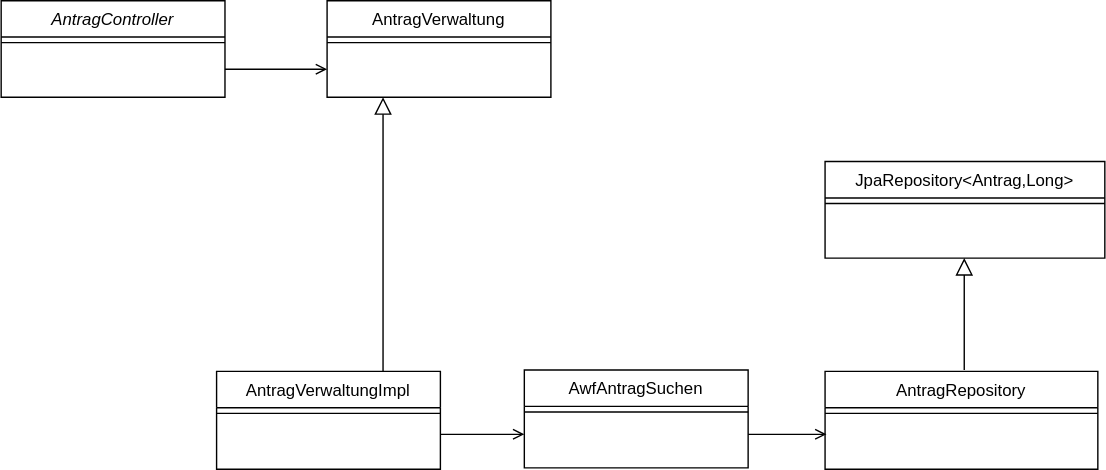
Earlier version of the draw.io export isyfact-standards-referenzimplementierung-doc/src/doc/antora/modules/basis/ref-impl-basis-call-hierarchy.svg (IsyFact/isyfact-standards-referenzimplementierung). Source tidied: cells renumbered, new cells last; positions are measured from the earlier drawing's top-left corner, leaving out a move shared by most shapes. Its diagram source:
```xml
<mxGraphModel>
  <root>
    <mxCell id="0" />
    <mxCell id="1" parent="0" />
    <mxCell id="2" style="endArrow=open;shadow=0;strokeWidth=1;rounded=0;curved=0;endFill=1;edgeStyle=elbowEdgeStyle;elbow=vertical;" parent="1" edge="1">
      <mxGeometry x="0.5" y="41" relative="1" as="geometry">
        <mxPoint x="314" y="310" as="sourcePoint" />
        <mxPoint x="374" y="310" as="targetPoint" />
        <mxPoint x="-40" y="32" as="offset" />
      </mxGeometry>
    </mxCell>
    <mxCell id="3" value="AntragController" style="swimlane;fontStyle=2;align=center;verticalAlign=top;horizontal=1;startSize=26;rounded=0;shadow=0;strokeWidth=1;" parent="1" vertex="1">
      <mxGeometry width="160" height="69" as="geometry" />
    </mxCell>
    <mxCell id="4" style="line;html=1;strokeWidth=1;align=left;verticalAlign=middle;spacingTop=-1;spacingLeft=3;spacingRight=3;labelPosition=right;" parent="3" vertex="1">
      <mxGeometry y="26" width="160" height="8" as="geometry" />
    </mxCell>
    <mxCell id="5" style="endArrow=block;endSize=10;endFill=0;shadow=0;strokeWidth=1;rounded=0;curved=0;edgeStyle=elbowEdgeStyle;elbow=vertical;exitX=0.594;exitY=0.071;exitDx=0;exitDy=0;exitPerimeter=0;entryX=0.25;entryY=1;entryDx=0;entryDy=0;" parent="1" edge="1" target="7">
      <mxGeometry relative="1" as="geometry">
        <mxPoint x="277" y="271" as="sourcePoint" />
        <Array as="points">
          <mxPoint x="270" y="266" />
        </Array>
      </mxGeometry>
    </mxCell>
    <mxCell id="6" style="endArrow=open;shadow=0;strokeWidth=1;rounded=0;curved=0;endFill=1;edgeStyle=elbowEdgeStyle;elbow=vertical;" parent="1" edge="1">
      <mxGeometry x="0.5" y="41" relative="1" as="geometry">
        <mxPoint x="160" y="49" as="sourcePoint" />
        <mxPoint x="233" y="49" as="targetPoint" />
        <mxPoint x="-40" y="32" as="offset" />
      </mxGeometry>
    </mxCell>
    <mxCell id="7" value="AntragVerwaltung" style="swimlane;fontStyle=0;align=center;verticalAlign=top;horizontal=1;startSize=26;rounded=0;shadow=0;strokeWidth=1;" parent="1" vertex="1">
      <mxGeometry x="233" width="160" height="69" as="geometry" />
    </mxCell>
    <mxCell id="8" style="line;html=1;strokeWidth=1;align=left;verticalAlign=middle;spacingTop=-1;spacingLeft=3;spacingRight=3;labelPosition=right;" parent="7" vertex="1">
      <mxGeometry y="26" width="160" height="8" as="geometry" />
    </mxCell>
    <mxCell id="9" value="AwfAntragSuchen" style="swimlane;fontStyle=0;align=center;verticalAlign=top;horizontal=1;startSize=26;rounded=0;shadow=0;strokeWidth=1;" parent="1" vertex="1">
      <mxGeometry x="374" y="264" width="160" height="70" as="geometry" />
    </mxCell>
    <mxCell id="10" style="line;html=1;strokeWidth=1;align=left;verticalAlign=middle;spacingTop=-1;spacingLeft=3;spacingRight=3;labelPosition=right;" parent="9" vertex="1">
      <mxGeometry y="26" width="160" height="8" as="geometry" />
    </mxCell>
    <mxCell id="11" style="endArrow=open;shadow=0;strokeWidth=1;rounded=0;curved=0;endFill=1;edgeStyle=elbowEdgeStyle;elbow=vertical;" parent="1" edge="1">
      <mxGeometry x="0.5" y="41" relative="1" as="geometry">
        <mxPoint x="534" y="310" as="sourcePoint" />
        <mxPoint x="590" y="310" as="targetPoint" />
        <mxPoint x="-40" y="32" as="offset" />
      </mxGeometry>
    </mxCell>
    <mxCell id="12" value="JpaRepository&lt;Antrag,Long&gt;" style="swimlane;fontStyle=0;align=center;verticalAlign=top;horizontal=1;startSize=26;rounded=0;shadow=0;strokeWidth=1;" parent="1" vertex="1">
      <mxGeometry x="589" y="115" width="200" height="69" as="geometry" />
    </mxCell>
    <mxCell id="13" style="line;html=1;strokeWidth=1;align=left;verticalAlign=middle;spacingTop=-1;spacingLeft=3;spacingRight=3;labelPosition=right;" parent="12" vertex="1">
      <mxGeometry y="26" width="200" height="8" as="geometry" />
    </mxCell>
    <mxCell id="14" value="AntragVerwaltungImpl" style="swimlane;fontStyle=0;align=center;verticalAlign=top;horizontal=1;startSize=26;rounded=0;shadow=0;strokeWidth=1;" parent="1" vertex="1">
      <mxGeometry x="154" y="265" width="160" height="70" as="geometry" />
    </mxCell>
    <mxCell id="15" style="line;html=1;strokeWidth=1;align=left;verticalAlign=middle;spacingTop=-1;spacingLeft=3;spacingRight=3;labelPosition=right;" parent="14" vertex="1">
      <mxGeometry y="26" width="160" height="8" as="geometry" />
    </mxCell>
    <mxCell id="16" value="AntragRepository" style="swimlane;fontStyle=0;align=center;verticalAlign=top;horizontal=1;startSize=26;rounded=0;shadow=0;strokeWidth=1;" parent="1" vertex="1">
      <mxGeometry x="589" y="265" width="195" height="70" as="geometry" />
    </mxCell>
    <mxCell id="17" style="line;html=1;strokeWidth=1;align=left;verticalAlign=middle;spacingTop=-1;spacingLeft=3;spacingRight=3;labelPosition=right;" parent="16" vertex="1">
      <mxGeometry y="26" width="195" height="8" as="geometry" />
    </mxCell>
    <mxCell id="18" style="endArrow=block;endSize=10;endFill=0;shadow=0;strokeWidth=1;rounded=0;curved=0;edgeStyle=elbowEdgeStyle;elbow=vertical;entryX=0.25;entryY=1;entryDx=0;entryDy=0;" parent="1" edge="1">
      <mxGeometry relative="1" as="geometry">
        <mxPoint x="688.5" y="264" as="sourcePoint" />
        <mxPoint x="688.5" y="184" as="targetPoint" />
        <Array as="points">
          <mxPoint x="688.5" y="255" />
        </Array>
      </mxGeometry>
    </mxCell>
  </root>
</mxGraphModel>
```
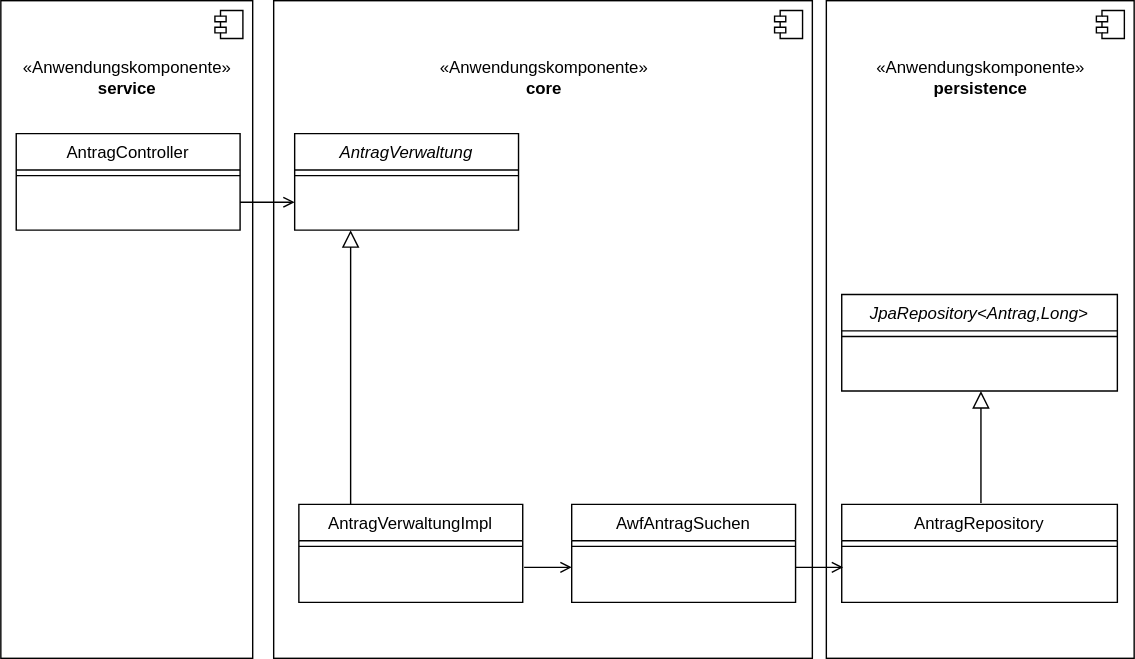
Later version of the same file.

Commit message:
docs: IFS-3919 reworked documentation according to review comments

What changed in the source:
```diff
@@ -2,14 +2,31 @@
   <root>
     <mxCell id="0" />
     <mxCell id="1" parent="0" />
-    <mxCell id="2" style="endArrow=open;shadow=0;strokeWidth=1;rounded=0;curved=0;endFill=1;edgeStyle=elbowEdgeStyle;elbow=vertical;" parent="1" edge="1">
-      <mxGeometry x="0.5" y="41" relative="1" as="geometry">
-        <mxPoint x="314" y="310" as="sourcePoint" />
-        <mxPoint x="374" y="310" as="targetPoint" />
-        <mxPoint x="-40" y="32" as="offset" />
-      </mxGeometry>
-    </mxCell>
+    <mxCell id="19" value="«Anwendungskomponente»&lt;br&gt;&lt;b&gt;persistence&lt;/b&gt;&lt;br&gt;&lt;div&gt;&lt;b&gt;&lt;br&gt;&lt;/b&gt;&lt;/div&gt;&lt;div&gt;&lt;b&gt;&lt;br&gt;&lt;/b&gt;&lt;/div&gt;&lt;div&gt;&lt;b&gt;&lt;br&gt;&lt;/b&gt;&lt;/div&gt;&lt;div&gt;&lt;b&gt;&lt;br&gt;&lt;/b&gt;&lt;/div&gt;&lt;div&gt;&lt;b&gt;&lt;br&gt;&lt;/b&gt;&lt;/div&gt;&lt;div&gt;&lt;b&gt;&lt;br&gt;&lt;/b&gt;&lt;/div&gt;&lt;div&gt;&lt;b&gt;&lt;br&gt;&lt;/b&gt;&lt;/div&gt;&lt;div&gt;&lt;b&gt;&lt;br&gt;&lt;/b&gt;&lt;/div&gt;&lt;div&gt;&lt;b&gt;&lt;br&gt;&lt;/b&gt;&lt;/div&gt;&lt;div&gt;&lt;b&gt;&lt;br&gt;&lt;/b&gt;&lt;/div&gt;&lt;div&gt;&lt;b&gt;&lt;br&gt;&lt;/b&gt;&lt;/div&gt;&lt;div&gt;&lt;b&gt;&lt;br&gt;&lt;/b&gt;&lt;/div&gt;&lt;div&gt;&lt;b&gt;&lt;br&gt;&lt;/b&gt;&lt;/div&gt;&lt;div&gt;&lt;b&gt;&lt;br&gt;&lt;/b&gt;&lt;/div&gt;&lt;div&gt;&lt;b&gt;&lt;br&gt;&lt;/b&gt;&lt;/div&gt;&lt;div&gt;&lt;b&gt;&lt;br&gt;&lt;/b&gt;&lt;/div&gt;&lt;div&gt;&lt;b&gt;&lt;br&gt;&lt;/b&gt;&lt;/div&gt;&lt;div&gt;&lt;b&gt;&lt;br&gt;&lt;/b&gt;&lt;/div&gt;&lt;div&gt;&lt;b&gt;&lt;br&gt;&lt;/b&gt;&lt;/div&gt;&lt;div&gt;&lt;b&gt;&lt;br&gt;&lt;/b&gt;&lt;/div&gt;&lt;div&gt;&lt;b&gt;&lt;br&gt;&lt;/b&gt;&lt;/div&gt;&lt;div&gt;&lt;b&gt;&lt;br&gt;&lt;/b&gt;&lt;/div&gt;&lt;div&gt;&lt;b&gt;&lt;br&gt;&lt;/b&gt;&lt;/div&gt;&lt;div&gt;&lt;b&gt;&lt;br&gt;&lt;/b&gt;&lt;/div&gt;&lt;div&gt;&lt;b&gt;&lt;br&gt;&lt;/b&gt;&lt;/div&gt;" style="html=1;strokeColor=#000000;fillColor=#ffffff;" parent="1" vertex="1">
+      <mxGeometry x="579" y="-95" width="220" height="470" as="geometry" />
+    </mxCell>
+    <mxCell id="20" style="shape=component;jettyWidth=8;jettyHeight=4;fillColor=none;strokeColor=#000000;" parent="19" vertex="1">
+      <mxGeometry x="1" width="20" height="20" relative="1" as="geometry">
+        <mxPoint x="-27" y="7" as="offset" />
+      </mxGeometry>
+    </mxCell>
+    <mxCell id="21" value="«Anwendungskomponente»&lt;br&gt;&lt;b&gt;core&lt;/b&gt;&lt;br&gt;&lt;div&gt;&lt;b&gt;&lt;br&gt;&lt;/b&gt;&lt;/div&gt;&lt;div&gt;&lt;b&gt;&lt;br&gt;&lt;/b&gt;&lt;/div&gt;&lt;div&gt;&lt;b&gt;&lt;br&gt;&lt;/b&gt;&lt;/div&gt;&lt;div&gt;&lt;b&gt;&lt;br&gt;&lt;/b&gt;&lt;/div&gt;&lt;div&gt;&lt;b&gt;&lt;br&gt;&lt;/b&gt;&lt;/div&gt;&lt;div&gt;&lt;b&gt;&lt;br&gt;&lt;/b&gt;&lt;/div&gt;&lt;div&gt;&lt;b&gt;&lt;br&gt;&lt;/b&gt;&lt;/div&gt;&lt;div&gt;&lt;b&gt;&lt;br&gt;&lt;/b&gt;&lt;/div&gt;&lt;div&gt;&lt;b&gt;&lt;br&gt;&lt;/b&gt;&lt;/div&gt;&lt;div&gt;&lt;b&gt;&lt;br&gt;&lt;/b&gt;&lt;/div&gt;&lt;div&gt;&lt;b&gt;&lt;br&gt;&lt;/b&gt;&lt;/div&gt;&lt;div&gt;&lt;b&gt;&lt;br&gt;&lt;/b&gt;&lt;/div&gt;&lt;div&gt;&lt;b&gt;&lt;br&gt;&lt;/b&gt;&lt;/div&gt;&lt;div&gt;&lt;b&gt;&lt;br&gt;&lt;/b&gt;&lt;/div&gt;&lt;div&gt;&lt;b&gt;&lt;br&gt;&lt;/b&gt;&lt;/div&gt;&lt;div&gt;&lt;b&gt;&lt;br&gt;&lt;/b&gt;&lt;/div&gt;&lt;div&gt;&lt;b&gt;&lt;br&gt;&lt;/b&gt;&lt;/div&gt;&lt;div&gt;&lt;b&gt;&lt;br&gt;&lt;/b&gt;&lt;/div&gt;&lt;div&gt;&lt;b&gt;&lt;br&gt;&lt;/b&gt;&lt;/div&gt;&lt;div&gt;&lt;b&gt;&lt;br&gt;&lt;/b&gt;&lt;/div&gt;&lt;div&gt;&lt;b&gt;&lt;br&gt;&lt;/b&gt;&lt;/div&gt;&lt;div&gt;&lt;b&gt;&lt;br&gt;&lt;/b&gt;&lt;/div&gt;&lt;div&gt;&lt;b&gt;&lt;br&gt;&lt;/b&gt;&lt;/div&gt;&lt;div&gt;&lt;b&gt;&lt;br&gt;&lt;/b&gt;&lt;/div&gt;&lt;div&gt;&lt;b&gt;&lt;br&gt;&lt;/b&gt;&lt;/div&gt;" style="html=1;strokeColor=#000000;fillColor=#ffffff;" parent="1" vertex="1">
+      <mxGeometry x="184" y="-95" width="385" height="470" as="geometry" />
+    </mxCell>
+    <mxCell id="22" style="shape=component;jettyWidth=8;jettyHeight=4;fillColor=none;strokeColor=#000000;" parent="21" vertex="1">
+      <mxGeometry x="1" width="20" height="20" relative="1" as="geometry">
+        <mxPoint x="-27" y="7" as="offset" />
+      </mxGeometry>
+    </mxCell>
+    <mxCell id="23" value="«Anwendungskomponente»&lt;br&gt;&lt;b&gt;service&lt;/b&gt;&lt;div&gt;&lt;b&gt;&lt;br&gt;&lt;/b&gt;&lt;/div&gt;&lt;div&gt;&lt;b&gt;&lt;br&gt;&lt;/b&gt;&lt;/div&gt;&lt;div&gt;&lt;b&gt;&lt;br&gt;&lt;/b&gt;&lt;/div&gt;&lt;div&gt;&lt;b&gt;&lt;br&gt;&lt;/b&gt;&lt;/div&gt;&lt;div&gt;&lt;b&gt;&lt;br&gt;&lt;/b&gt;&lt;/div&gt;&lt;div&gt;&lt;b&gt;&lt;br&gt;&lt;/b&gt;&lt;/div&gt;&lt;div&gt;&lt;b&gt;&lt;br&gt;&lt;/b&gt;&lt;/div&gt;&lt;div&gt;&lt;b&gt;&lt;br&gt;&lt;/b&gt;&lt;/div&gt;&lt;div&gt;&lt;b&gt;&lt;br&gt;&lt;/b&gt;&lt;/div&gt;&lt;div&gt;&lt;b&gt;&lt;br&gt;&lt;/b&gt;&lt;/div&gt;&lt;div&gt;&lt;b&gt;&lt;br&gt;&lt;/b&gt;&lt;/div&gt;&lt;div&gt;&lt;b&gt;&lt;br&gt;&lt;/b&gt;&lt;/div&gt;&lt;div&gt;&lt;b&gt;&lt;br&gt;&lt;/b&gt;&lt;/div&gt;&lt;div&gt;&lt;b&gt;&lt;br&gt;&lt;/b&gt;&lt;/div&gt;&lt;div&gt;&lt;b&gt;&lt;br&gt;&lt;/b&gt;&lt;/div&gt;&lt;div&gt;&lt;b&gt;&lt;br&gt;&lt;/b&gt;&lt;/div&gt;&lt;div&gt;&lt;b&gt;&lt;br&gt;&lt;/b&gt;&lt;/div&gt;&lt;div&gt;&lt;b&gt;&lt;br&gt;&lt;/b&gt;&lt;/div&gt;&lt;div&gt;&lt;b&gt;&lt;br&gt;&lt;/b&gt;&lt;/div&gt;&lt;div&gt;&lt;b&gt;&lt;br&gt;&lt;/b&gt;&lt;/div&gt;&lt;div&gt;&lt;b&gt;&lt;br&gt;&lt;/b&gt;&lt;/div&gt;&lt;div&gt;&lt;b&gt;&lt;br&gt;&lt;/b&gt;&lt;/div&gt;&lt;div&gt;&lt;b&gt;&lt;br&gt;&lt;/b&gt;&lt;/div&gt;&lt;div&gt;&lt;b&gt;&lt;br&gt;&lt;/b&gt;&lt;/div&gt;&lt;div&gt;&lt;b&gt;&lt;br&gt;&lt;/b&gt;&lt;/div&gt;" style="html=1;strokeColor=#000000;fillColor=#ffffff;" parent="1" vertex="1">
+      <mxGeometry x="-11" y="-95" width="180" height="470" as="geometry" />
+    </mxCell>
+    <mxCell id="24" style="shape=component;jettyWidth=8;jettyHeight=4;fillColor=none;strokeColor=#000000;" parent="23" vertex="1">
+      <mxGeometry x="1" width="20" height="20" relative="1" as="geometry">
+        <mxPoint x="-27" y="7" as="offset" />
+      </mxGeometry>
+    </mxCell>
-    <mxCell id="3" value="AntragController" style="swimlane;fontStyle=2;align=center;verticalAlign=top;horizontal=1;startSize=26;rounded=0;shadow=0;strokeWidth=1;" parent="1" vertex="1">
+    <mxCell id="3" value="AntragController" style="swimlane;fontStyle=0;align=center;verticalAlign=top;horizontal=1;startSize=26;rounded=0;shadow=0;strokeWidth=1;fillColor=#ffffff;strokeColor=#000000;" parent="1" vertex="1">
       <mxGeometry width="160" height="69" as="geometry" />
     </mxCell>
     <mxCell id="4" style="line;html=1;strokeWidth=1;align=left;verticalAlign=middle;spacingTop=-1;spacingLeft=3;spacingRight=3;labelPosition=right;" parent="3" vertex="1">
@@ -26,55 +43,62 @@
     <mxCell id="6" style="endArrow=open;shadow=0;strokeWidth=1;rounded=0;curved=0;endFill=1;edgeStyle=elbowEdgeStyle;elbow=vertical;" parent="1" edge="1">
       <mxGeometry x="0.5" y="41" relative="1" as="geometry">
         <mxPoint x="160" y="49" as="sourcePoint" />
-        <mxPoint x="233" y="49" as="targetPoint" />
+        <mxPoint x="199" y="49" as="targetPoint" />
         <mxPoint x="-40" y="32" as="offset" />
       </mxGeometry>
     </mxCell>
-    <mxCell id="7" value="AntragVerwaltung" style="swimlane;fontStyle=0;align=center;verticalAlign=top;horizontal=1;startSize=26;rounded=0;shadow=0;strokeWidth=1;" parent="1" vertex="1">
-      <mxGeometry x="233" width="160" height="69" as="geometry" />
+    <mxCell id="7" value="AntragVerwaltung" style="swimlane;fontStyle=2;align=center;verticalAlign=top;horizontal=1;startSize=26;rounded=0;shadow=0;strokeWidth=1;" parent="1" vertex="1">
+      <mxGeometry x="199" width="160" height="69" as="geometry" />
     </mxCell>
     <mxCell id="8" style="line;html=1;strokeWidth=1;align=left;verticalAlign=middle;spacingTop=-1;spacingLeft=3;spacingRight=3;labelPosition=right;" parent="7" vertex="1">
       <mxGeometry y="26" width="160" height="8" as="geometry" />
     </mxCell>
     <mxCell id="9" value="AwfAntragSuchen" style="swimlane;fontStyle=0;align=center;verticalAlign=top;horizontal=1;startSize=26;rounded=0;shadow=0;strokeWidth=1;" parent="1" vertex="1">
-      <mxGeometry x="374" y="264" width="160" height="70" as="geometry" />
+      <mxGeometry x="397" y="265" width="160" height="70" as="geometry" />
     </mxCell>
     <mxCell id="10" style="line;html=1;strokeWidth=1;align=left;verticalAlign=middle;spacingTop=-1;spacingLeft=3;spacingRight=3;labelPosition=right;" parent="9" vertex="1">
       <mxGeometry y="26" width="160" height="8" as="geometry" />
     </mxCell>
     <mxCell id="11" style="endArrow=open;shadow=0;strokeWidth=1;rounded=0;curved=0;endFill=1;edgeStyle=elbowEdgeStyle;elbow=vertical;" parent="1" edge="1">
       <mxGeometry x="0.5" y="41" relative="1" as="geometry">
-        <mxPoint x="534" y="310" as="sourcePoint" />
-        <mxPoint x="590" y="310" as="targetPoint" />
+        <mxPoint x="557" y="310" as="sourcePoint" />
+        <mxPoint x="591" y="310" as="targetPoint" />
         <mxPoint x="-40" y="32" as="offset" />
       </mxGeometry>
     </mxCell>
-    <mxCell id="12" value="JpaRepository&lt;Antrag,Long&gt;" style="swimlane;fontStyle=0;align=center;verticalAlign=top;horizontal=1;startSize=26;rounded=0;shadow=0;strokeWidth=1;" parent="1" vertex="1">
-      <mxGeometry x="589" y="115" width="200" height="69" as="geometry" />
+    <mxCell id="12" value="JpaRepository&lt;Antrag,Long&gt;" style="swimlane;fontStyle=2;align=center;verticalAlign=top;horizontal=1;startSize=26;rounded=0;shadow=0;strokeWidth=1;" parent="1" vertex="1">
+      <mxGeometry x="590" y="115" width="197" height="69" as="geometry" />
     </mxCell>
     <mxCell id="13" style="line;html=1;strokeWidth=1;align=left;verticalAlign=middle;spacingTop=-1;spacingLeft=3;spacingRight=3;labelPosition=right;" parent="12" vertex="1">
-      <mxGeometry y="26" width="200" height="8" as="geometry" />
+      <mxGeometry y="26" width="197" height="8" as="geometry" />
     </mxCell>
     <mxCell id="14" value="AntragVerwaltungImpl" style="swimlane;fontStyle=0;align=center;verticalAlign=top;horizontal=1;startSize=26;rounded=0;shadow=0;strokeWidth=1;" parent="1" vertex="1">
-      <mxGeometry x="154" y="265" width="160" height="70" as="geometry" />
+      <mxGeometry x="202" y="265" width="160" height="70" as="geometry" />
     </mxCell>
     <mxCell id="15" style="line;html=1;strokeWidth=1;align=left;verticalAlign=middle;spacingTop=-1;spacingLeft=3;spacingRight=3;labelPosition=right;" parent="14" vertex="1">
       <mxGeometry y="26" width="160" height="8" as="geometry" />
     </mxCell>
     <mxCell id="16" value="AntragRepository" style="swimlane;fontStyle=0;align=center;verticalAlign=top;horizontal=1;startSize=26;rounded=0;shadow=0;strokeWidth=1;" parent="1" vertex="1">
-      <mxGeometry x="589" y="265" width="195" height="70" as="geometry" />
+      <mxGeometry x="590" y="265" width="197" height="70" as="geometry" />
     </mxCell>
     <mxCell id="17" style="line;html=1;strokeWidth=1;align=left;verticalAlign=middle;spacingTop=-1;spacingLeft=3;spacingRight=3;labelPosition=right;" parent="16" vertex="1">
-      <mxGeometry y="26" width="195" height="8" as="geometry" />
+      <mxGeometry y="26" width="197" height="8" as="geometry" />
     </mxCell>
     <mxCell id="18" style="endArrow=block;endSize=10;endFill=0;shadow=0;strokeWidth=1;rounded=0;curved=0;edgeStyle=elbowEdgeStyle;elbow=vertical;entryX=0.25;entryY=1;entryDx=0;entryDy=0;" parent="1" edge="1">
       <mxGeometry relative="1" as="geometry">
-        <mxPoint x="688.5" y="264" as="sourcePoint" />
-        <mxPoint x="688.5" y="184" as="targetPoint" />
+        <mxPoint x="689.5" y="264" as="sourcePoint" />
+        <mxPoint x="689.5" y="184" as="targetPoint" />
         <Array as="points">
-          <mxPoint x="688.5" y="255" />
+          <mxPoint x="689.5" y="255" />
         </Array>
       </mxGeometry>
     </mxCell>
+    <mxCell id="25" style="endArrow=open;shadow=0;strokeWidth=1;rounded=0;curved=0;endFill=1;edgeStyle=elbowEdgeStyle;elbow=vertical;" parent="1" edge="1">
+      <mxGeometry x="0.5" y="41" relative="1" as="geometry">
+        <mxPoint x="363" y="310" as="sourcePoint" />
+        <mxPoint x="397" y="310" as="targetPoint" />
+        <mxPoint x="-40" y="32" as="offset" />
+      </mxGeometry>
+    </mxCell>
   </root>
 </mxGraphModel>
```
